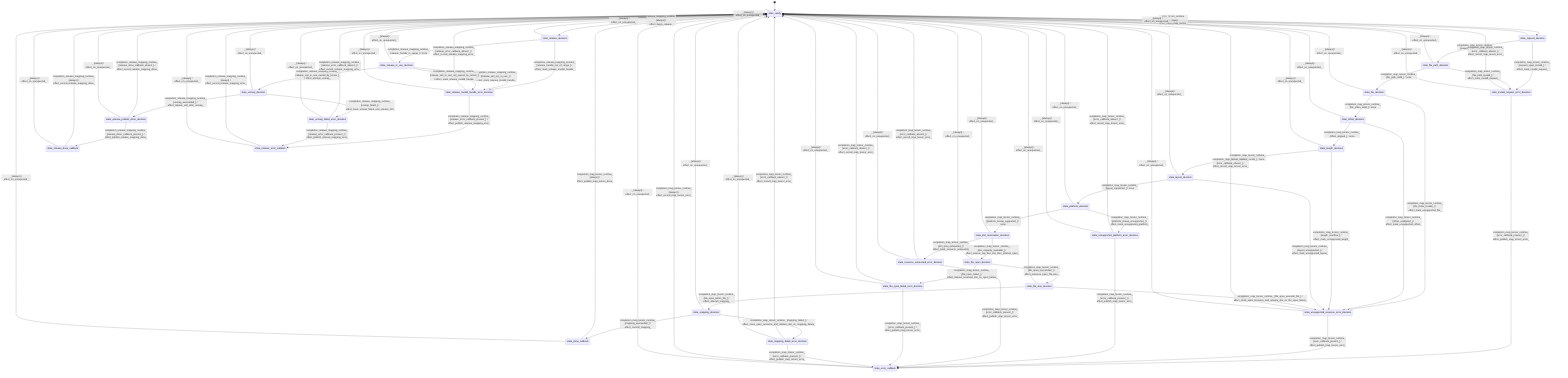
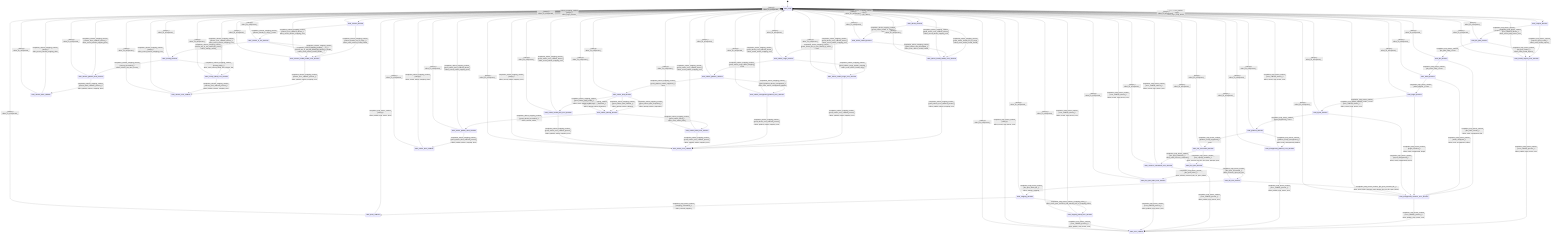
stateDiagram-v2
  direction TB
  [*] --> state_ready
  state_ready --> state_request_decision : map_tensor_runtime [always] / effect_begin_map_tensor_
  state_request_decision --> state_file_path_decision : completion_map_tensor_runtime_ [request_span_valid_] / none
  state_request_decision --> state_invalid_request_error_decision : completion_map_tensor_runtime_ [request_span_invalid_] / effect_mark_invalid_request_
  state_file_path_decision --> state_file_decision : completion_map_tensor_runtime_ [file_path_valid_] / none
  state_file_path_decision --> state_invalid_request_error_decision : completion_map_tensor_runtime_ [file_path_invalid_] / effect_mark_invalid_request_
  state_file_decision --> state_offset_decision : completion_map_tensor_runtime_ [file_index_valid_] / none
  state_file_decision --> state_unsupported_resource_error_decision : completion_map_tensor_runtime_ [file_index_invalid_] / effect_mark_unsupported_file_
  state_offset_decision --> state_length_decision : completion_map_tensor_runtime_ [offset_aligned_] / none
  state_offset_decision --> state_unsupported_resource_error_decision : completion_map_tensor_runtime_ [offset_unaligned_] / effect_mark_unsupported_offset_
  state_length_decision --> state_layout_decision : completion_map_tensor_runtime_ [length_within_bounds_] / none
  state_length_decision --> state_unsupported_resource_error_decision : completion_map_tensor_runtime_ [length_overflow_] / effect_mark_unsupported_length_
  state_layout_decision --> state_platform_decision : completion_map_tensor_runtime_ [layout_supported_] / none
  state_layout_decision --> state_unsupported_resource_error_decision : completion_map_tensor_runtime_ [layout_unsupported_] / effect_mark_unsupported_layout_
  state_platform_decision --> state_slot_reservation_decision : completion_map_tensor_runtime_ [platform_mmap_supported_] / none
  state_platform_decision --> state_unsupported_platform_error_decision : completion_map_tensor_runtime_ [platform_mmap_unsupported_] / effect_mark_unsupported_platform_
  state_slot_reservation_decision --> state_file_open_decision : completion_map_tensor_runtime_ [slot_capacity_available_] / effect_reserve_top_free_slot_then_attempt_open_
  state_slot_reservation_decision --> state_resource_exhausted_error_decision : completion_map_tensor_runtime_ [slot_pool_exhausted_] / effect_mark_resource_exhausted_
  state_file_open_decision --> state_file_size_decision : completion_map_tensor_runtime_ [file_open_succeeded_] / effect_measure_open_file_size_
  state_file_open_decision --> state_file_open_failed_error_decision : completion_map_tensor_runtime_ [file_open_failed_] / effect_release_reserved_slot_on_open_failure_
  state_file_size_decision --> state_mapping_decision : completion_map_tensor_runtime_ [file_span_within_file_] / effect_attempt_mapping_
  state_file_size_decision --> state_unsupported_resource_error_decision : completion_map_tensor_runtime_ [file_span_exceeds_file_] / effect_close_open_resource_and_release_slot_on_file_span_failure_
  state_mapping_decision --> state_done_callback : completion_map_tensor_runtime_ [mapping_succeeded_] / effect_commit_mapping_
  state_mapping_decision --> state_mapping_failed_error_decision : completion_map_tensor_runtime_ [mapping_failed_] / effect_close_open_resource_and_release_slot_on_mapping_failure_
  state_done_callback --> state_ready : completion_map_tensor_runtime_ [always] / effect_publish_map_tensor_done_
  state_invalid_request_error_decision --> state_error_callback : completion_map_tensor_runtime_ [error_callback_present_] / effect_publish_map_tensor_error_
  state_invalid_request_error_decision --> state_ready : completion_map_tensor_runtime_ [error_callback_absent_] / effect_record_map_tensor_error_
  state_unsupported_resource_error_decision --> state_error_callback : completion_map_tensor_runtime_ [error_callback_present_] / effect_publish_map_tensor_error_
  state_unsupported_resource_error_decision --> state_ready : completion_map_tensor_runtime_ [error_callback_absent_] / effect_record_map_tensor_error_
  state_unsupported_platform_error_decision --> state_error_callback : completion_map_tensor_runtime_ [error_callback_present_] / effect_publish_map_tensor_error_
  state_unsupported_platform_error_decision --> state_ready : completion_map_tensor_runtime_ [error_callback_absent_] / effect_record_map_tensor_error_
  state_resource_exhausted_error_decision --> state_error_callback : completion_map_tensor_runtime_ [error_callback_present_] / effect_publish_map_tensor_error_
  state_resource_exhausted_error_decision --> state_ready : completion_map_tensor_runtime_ [error_callback_absent_] / effect_record_map_tensor_error_
  state_file_open_failed_error_decision --> state_error_callback : completion_map_tensor_runtime_ [error_callback_present_] / effect_publish_map_tensor_error_
  state_file_open_failed_error_decision --> state_ready : completion_map_tensor_runtime_ [error_callback_absent_] / effect_record_map_tensor_error_
  state_mapping_failed_error_decision --> state_error_callback : completion_map_tensor_runtime_ [error_callback_present_] / effect_publish_map_tensor_error_
  state_mapping_failed_error_decision --> state_ready : completion_map_tensor_runtime_ [error_callback_absent_] / effect_record_map_tensor_error_
  state_error_callback --> state_ready : completion_map_tensor_runtime_ [always] / effect_record_map_tensor_error_
  state_ready --> state_release_decision : release_mapping_runtime [always] / effect_begin_release_
  state_release_decision --> state_release_in_use_decision : completion_release_mapping_runtime_ [release_handle_in_range_] / none
  state_release_decision --> state_release_invalid_handle_error_decision : completion_release_mapping_runtime_ [release_handle_out_of_range_] / effect_mark_release_invalid_handle_
  state_release_in_use_decision --> state_unmap_decision : completion_release_mapping_runtime_ [release_slot_in_use_owned_by_tensor_] / effect_attempt_unmap_
  state_release_in_use_decision --> state_release_invalid_handle_error_decision : completion_release_mapping_runtime_ [release_slot_not_in_use_] / effect_mark_release_invalid_handle_
  state_release_in_use_decision --> state_release_invalid_handle_error_decision : completion_release_mapping_runtime_ [release_slot_in_use_not_owned_by_tensor_] / effect_mark_release_invalid_handle_
  state_unmap_decision --> state_release_publish_done_decision : completion_release_mapping_runtime_ [unmap_succeeded_] / effect_release_slot_after_unmap_
  state_unmap_decision --> state_unmap_failed_error_decision : completion_release_mapping_runtime_ [unmap_failed_] / effect_mark_unmap_failed_and_release_slot_
  state_release_publish_done_decision --> state_release_done_callback : completion_release_mapping_runtime_ [release_done_callback_present_] / effect_publish_release_mapping_done_
  state_release_publish_done_decision --> state_ready : completion_release_mapping_runtime_ [release_done_callback_absent_] / effect_record_release_mapping_done_
  state_release_done_callback --> state_ready : completion_release_mapping_runtime_ [always] / effect_record_release_mapping_done_
  state_release_invalid_handle_error_decision --> state_release_error_callback : completion_release_mapping_runtime_ [release_error_callback_present_] / effect_publish_release_mapping_error_
  state_release_invalid_handle_error_decision --> state_ready : completion_release_mapping_runtime_ [release_error_callback_absent_] / effect_record_release_mapping_error_
  state_unmap_failed_error_decision --> state_release_error_callback : completion_release_mapping_runtime_ [release_error_callback_present_] / effect_publish_release_mapping_error_
  state_unmap_failed_error_decision --> state_ready : completion_release_mapping_runtime_ [release_error_callback_absent_] / effect_record_release_mapping_error_
  state_release_error_callback --> state_ready : completion_release_mapping_runtime_ [always] / effect_record_release_mapping_error_
+   state_ready --> state_advise_decision : advise_mapping_runtime [always] / effect_begin_advise_
+   state_advise_decision --> state_advise_owned_decision : completion_advise_mapping_runtime_ [guard_advise_handle_in_range_] / none
+   state_advise_decision --> state_advise_invalid_handle_error_decision : completion_advise_mapping_runtime_ [guard_advise_handle_out_of_range_] / effect_mark_advise_invalid_handle_
+   state_advise_owned_decision --> state_advise_range_decision : completion_advise_mapping_runtime_ [guard_advise_slot_in_use_owned_by_tensor_] / none
+   state_advise_owned_decision --> state_advise_invalid_handle_error_decision : completion_advise_mapping_runtime_ [guard_advise_slot_unavailable_] / effect_mark_advise_invalid_handle_
+   state_advise_range_decision --> state_advise_platform_decision : completion_advise_mapping_runtime_ [guard_advise_range_within_mapping_] / none
+   state_advise_range_decision --> state_advise_invalid_range_error_decision : completion_advise_mapping_runtime_ [guard_advise_range_outside_mapping_] / effect_mark_advise_invalid_range_
+   state_advise_platform_decision --> state_advise_kind_decision : completion_advise_mapping_runtime_ [guard_platform_advise_supported_] / none
+   state_advise_platform_decision --> state_advise_unsupported_platform_error_decision : completion_advise_mapping_runtime_ [guard_platform_advise_unsupported_] / effect_mark_advise_unsupported_platform_
+   state_advise_kind_decision --> state_advise_attempt_decision : completion_advise_mapping_runtime_ [guard_advise_kind_sequential_] / effect_attempt_advise_sequential_
+   state_advise_kind_decision --> state_advise_attempt_decision : completion_advise_mapping_runtime_ [guard_advise_kind_willneed_] / effect_attempt_advise_willneed_
+   state_advise_kind_decision --> state_advise_attempt_decision : completion_advise_mapping_runtime_ [guard_advise_kind_dontneed_] / effect_attempt_advise_dontneed_
+   state_advise_kind_decision --> state_advise_invalid_kind_error_decision : completion_advise_mapping_runtime_ [guard_advise_kind_invalid_] / effect_mark_advise_invalid_kind_
+   state_advise_attempt_decision --> state_advise_publish_done_decision : completion_advise_mapping_runtime_ [guard_advise_succeeded_] / effect_commit_advise_
+   state_advise_attempt_decision --> state_advise_failed_error_decision : completion_advise_mapping_runtime_ [guard_advise_failed_] / effect_mark_advise_failed_
+   state_advise_publish_done_decision --> state_advise_done_callback : completion_advise_mapping_runtime_ [guard_advise_done_callback_present_] / effect_publish_advise_mapping_done_
+   state_advise_publish_done_decision --> state_ready : completion_advise_mapping_runtime_ [guard_advise_done_callback_absent_] / effect_record_advise_mapping_done_
+   state_advise_done_callback --> state_ready : completion_advise_mapping_runtime_ [always] / effect_record_advise_mapping_done_
+   state_advise_invalid_handle_error_decision --> state_advise_error_callback : completion_advise_mapping_runtime_ [guard_advise_error_callback_present_] / effect_publish_advise_mapping_error_
+   state_advise_invalid_handle_error_decision --> state_ready : completion_advise_mapping_runtime_ [guard_advise_error_callback_absent_] / effect_record_advise_mapping_error_
+   state_advise_invalid_range_error_decision --> state_advise_error_callback : completion_advise_mapping_runtime_ [guard_advise_error_callback_present_] / effect_publish_advise_mapping_error_
+   state_advise_invalid_range_error_decision --> state_ready : completion_advise_mapping_runtime_ [guard_advise_error_callback_absent_] / effect_record_advise_mapping_error_
+   state_advise_unsupported_platform_error_decision --> state_advise_error_callback : completion_advise_mapping_runtime_ [guard_advise_error_callback_present_] / effect_publish_advise_mapping_error_
+   state_advise_unsupported_platform_error_decision --> state_ready : completion_advise_mapping_runtime_ [guard_advise_error_callback_absent_] / effect_record_advise_mapping_error_
+   state_advise_failed_error_decision --> state_advise_error_callback : completion_advise_mapping_runtime_ [guard_advise_error_callback_present_] / effect_publish_advise_mapping_error_
+   state_advise_failed_error_decision --> state_ready : completion_advise_mapping_runtime_ [guard_advise_error_callback_absent_] / effect_record_advise_mapping_error_
+   state_advise_invalid_kind_error_decision --> state_advise_error_callback : completion_advise_mapping_runtime_ [guard_advise_error_callback_present_] / effect_publish_advise_mapping_error_
+   state_advise_invalid_kind_error_decision --> state_ready : completion_advise_mapping_runtime_ [guard_advise_error_callback_absent_] / effect_record_advise_mapping_error_
+   state_advise_error_callback --> state_ready : completion_advise_mapping_runtime_ [always] / effect_record_advise_mapping_error_
  state_ready --> state_ready : _ [always] / effect_on_unexpected_
  state_request_decision --> state_ready : _ [always] / effect_on_unexpected_
  state_file_path_decision --> state_ready : _ [always] / effect_on_unexpected_
  state_file_decision --> state_ready : _ [always] / effect_on_unexpected_
  state_offset_decision --> state_ready : _ [always] / effect_on_unexpected_
  state_length_decision --> state_ready : _ [always] / effect_on_unexpected_
  state_layout_decision --> state_ready : _ [always] / effect_on_unexpected_
  state_platform_decision --> state_ready : _ [always] / effect_on_unexpected_
  state_slot_reservation_decision --> state_ready : _ [always] / effect_on_unexpected_
  state_file_open_decision --> state_ready : _ [always] / effect_on_unexpected_
  state_file_size_decision --> state_ready : _ [always] / effect_on_unexpected_
  state_mapping_decision --> state_ready : _ [always] / effect_on_unexpected_
  state_done_callback --> state_ready : _ [always] / effect_on_unexpected_
  state_invalid_request_error_decision --> state_ready : _ [always] / effect_on_unexpected_
  state_unsupported_resource_error_decision --> state_ready : _ [always] / effect_on_unexpected_
  state_unsupported_platform_error_decision --> state_ready : _ [always] / effect_on_unexpected_
  state_resource_exhausted_error_decision --> state_ready : _ [always] / effect_on_unexpected_
  state_file_open_failed_error_decision --> state_ready : _ [always] / effect_on_unexpected_
  state_mapping_failed_error_decision --> state_ready : _ [always] / effect_on_unexpected_
  state_error_callback --> state_ready : _ [always] / effect_on_unexpected_
  state_release_decision --> state_ready : _ [always] / effect_on_unexpected_
  state_release_in_use_decision --> state_ready : _ [always] / effect_on_unexpected_
  state_unmap_decision --> state_ready : _ [always] / effect_on_unexpected_
  state_release_publish_done_decision --> state_ready : _ [always] / effect_on_unexpected_
  state_release_done_callback --> state_ready : _ [always] / effect_on_unexpected_
  state_release_invalid_handle_error_decision --> state_ready : _ [always] / effect_on_unexpected_
  state_unmap_failed_error_decision --> state_ready : _ [always] / effect_on_unexpected_
  state_release_error_callback --> state_ready : _ [always] / effect_on_unexpected_
+   state_advise_decision --> state_ready : _ [always] / effect_on_unexpected_
+   state_advise_owned_decision --> state_ready : _ [always] / effect_on_unexpected_
+   state_advise_range_decision --> state_ready : _ [always] / effect_on_unexpected_
+   state_advise_platform_decision --> state_ready : _ [always] / effect_on_unexpected_
+   state_advise_kind_decision --> state_ready : _ [always] / effect_on_unexpected_
+   state_advise_attempt_decision --> state_ready : _ [always] / effect_on_unexpected_
+   state_advise_publish_done_decision --> state_ready : _ [always] / effect_on_unexpected_
+   state_advise_done_callback --> state_ready : _ [always] / effect_on_unexpected_
+   state_advise_invalid_handle_error_decision --> state_ready : _ [always] / effect_on_unexpected_
+   state_advise_invalid_range_error_decision --> state_ready : _ [always] / effect_on_unexpected_
+   state_advise_invalid_kind_error_decision --> state_ready : _ [always] / effect_on_unexpected_
+   state_advise_unsupported_platform_error_decision --> state_ready : _ [always] / effect_on_unexpected_
+   state_advise_failed_error_decision --> state_ready : _ [always] / effect_on_unexpected_
+   state_advise_error_callback --> state_ready : _ [always] / effect_on_unexpected_
